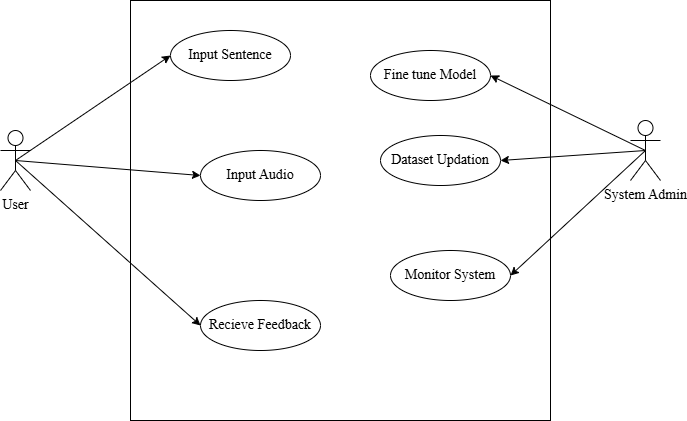
JoshiPrabin/Diagrams keeps this draw.io diagram as .AMDUseCaseDiagram.png. Above is the earlier version. Source tidied: cells renumbered, new cells last; positions are measured from the earlier drawing's top-left corner, leaving out a move shared by most shapes.
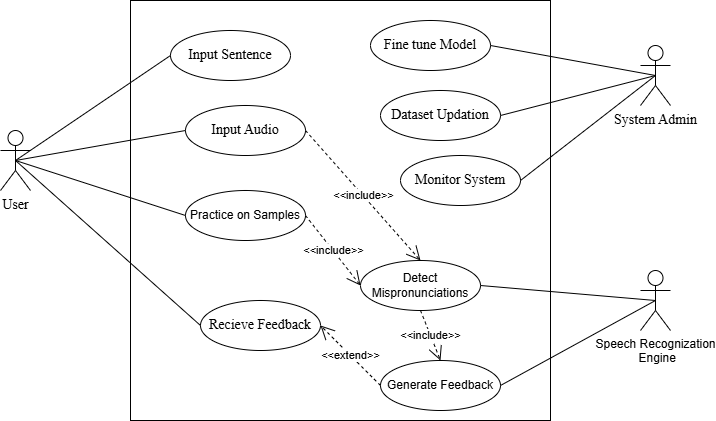
The same diagram one commit later.

The edit, as a diff of the source:
```diff
@@ -9,43 +9,76 @@
       <mxGeometry y="130" width="30" height="60" as="geometry" />
     </mxCell>
     <mxCell id="4" value="&lt;font face=&quot;Times New Roman&quot; style=&quot;font-size: 14px;&quot;&gt;System Admin&lt;/font&gt;" style="shape=umlActor;verticalLabelPosition=bottom;verticalAlign=top;html=1;outlineConnect=0;" parent="1" vertex="1">
-      <mxGeometry x="630" y="120" width="30" height="60" as="geometry" />
+      <mxGeometry x="640" y="45" width="30" height="60" as="geometry" />
     </mxCell>
     <mxCell id="5" value="&lt;font style=&quot;font-size: 14px;&quot; face=&quot;Times New Roman&quot;&gt;Input Sentence&lt;/font&gt;" style="ellipse;whiteSpace=wrap;html=1;" parent="1" vertex="1">
       <mxGeometry x="170" y="30" width="120" height="50" as="geometry" />
     </mxCell>
     <mxCell id="6" value="&lt;font face=&quot;Times New Roman&quot;&gt;&lt;span style=&quot;font-size: 14px;&quot;&gt;Input Audio&lt;/span&gt;&lt;/font&gt;" style="ellipse;whiteSpace=wrap;html=1;" parent="1" vertex="1">
-      <mxGeometry x="200" y="150" width="120" height="50" as="geometry" />
+      <mxGeometry x="185" y="105" width="120" height="50" as="geometry" />
     </mxCell>
     <mxCell id="7" value="&lt;font style=&quot;font-size: 14px;&quot; face=&quot;Times New Roman&quot;&gt;Fine tune Model&lt;/font&gt;" style="ellipse;whiteSpace=wrap;html=1;" parent="1" vertex="1">
-      <mxGeometry x="370" y="50" width="120" height="50" as="geometry" />
+      <mxGeometry x="370" y="20" width="120" height="50" as="geometry" />
     </mxCell>
     <mxCell id="8" value="&lt;font face=&quot;Times New Roman&quot;&gt;&lt;span style=&quot;font-size: 14px;&quot;&gt;Dataset Updation&lt;/span&gt;&lt;/font&gt;" style="ellipse;whiteSpace=wrap;html=1;" parent="1" vertex="1">
-      <mxGeometry x="380" y="135" width="120" height="50" as="geometry" />
+      <mxGeometry x="380" y="90" width="120" height="50" as="geometry" />
     </mxCell>
     <mxCell id="9" value="&lt;font face=&quot;Times New Roman&quot;&gt;&lt;span style=&quot;font-size: 14px;&quot;&gt;Monitor System&lt;/span&gt;&lt;/font&gt;" style="ellipse;whiteSpace=wrap;html=1;" parent="1" vertex="1">
-      <mxGeometry x="390" y="250" width="120" height="50" as="geometry" />
+      <mxGeometry x="400" y="155" width="120" height="50" as="geometry" />
     </mxCell>
     <mxCell id="10" value="&lt;font face=&quot;Times New Roman&quot;&gt;&lt;span style=&quot;font-size: 14px;&quot;&gt;Recieve&amp;nbsp;&lt;/span&gt;&lt;/font&gt;&lt;span style=&quot;font-size: 14px; font-family: &amp;quot;Times New Roman&amp;quot;; background-color: transparent; color: light-dark(rgb(0, 0, 0), rgb(255, 255, 255));&quot;&gt;Feedback&lt;/span&gt;" style="ellipse;whiteSpace=wrap;html=1;" parent="1" vertex="1">
       <mxGeometry x="200" y="300" width="120" height="50" as="geometry" />
     </mxCell>
-    <mxCell id="11" style="endArrow=classic;html=1;rounded=0;exitX=0.5;exitY=0.5;exitDx=0;exitDy=0;exitPerimeter=0;entryX=0;entryY=0.5;entryDx=0;entryDy=0;" parent="1" edge="1" source="3" target="5">
+    <mxCell id="11" style="endArrow=none;html=1;rounded=0;exitX=0.5;exitY=0.5;exitDx=0;exitDy=0;exitPerimeter=0;entryX=0;entryY=0.5;entryDx=0;entryDy=0;" parent="1" edge="1" source="3" target="5">
       <mxGeometry relative="1" as="geometry" />
     </mxCell>
-    <mxCell id="12" style="endArrow=classic;html=1;rounded=0;exitX=0.5;exitY=0.5;exitDx=0;exitDy=0;exitPerimeter=0;entryX=0;entryY=0.5;entryDx=0;entryDy=0;" parent="1" edge="1" source="3" target="6">
+    <mxCell id="12" style="endArrow=none;html=1;rounded=0;entryX=0;entryY=0.5;entryDx=0;entryDy=0;exitX=0.5;exitY=0.5;exitDx=0;exitDy=0;exitPerimeter=0;" parent="1" edge="1" source="3" target="6">
       <mxGeometry relative="1" as="geometry" />
     </mxCell>
-    <mxCell id="13" style="endArrow=classic;html=1;rounded=0;entryX=0;entryY=0.5;entryDx=0;entryDy=0;exitX=0.5;exitY=0.5;exitDx=0;exitDy=0;exitPerimeter=0;" parent="1" edge="1" source="3" target="10">
+    <mxCell id="13" style="endArrow=none;html=1;rounded=0;entryX=0;entryY=0.5;entryDx=0;entryDy=0;exitX=0.5;exitY=0.5;exitDx=0;exitDy=0;exitPerimeter=0;" parent="1" edge="1" source="3" target="10">
       <mxGeometry relative="1" as="geometry" />
     </mxCell>
-    <mxCell id="14" style="endArrow=classic;html=1;rounded=0;exitX=0.5;exitY=0.5;exitDx=0;exitDy=0;exitPerimeter=0;entryX=1;entryY=0.5;entryDx=0;entryDy=0;" parent="1" edge="1" source="4" target="7">
-      <mxGeometry relative="1" as="geometry" />
-    </mxCell>
-    <mxCell id="15" style="endArrow=classic;html=1;rounded=0;entryX=1;entryY=0.5;entryDx=0;entryDy=0;exitX=0.5;exitY=0.5;exitDx=0;exitDy=0;exitPerimeter=0;" parent="1" edge="1" source="4" target="8">
-      <mxGeometry relative="1" as="geometry" />
-    </mxCell>
-    <mxCell id="16" style="endArrow=classic;html=1;rounded=0;entryX=1;entryY=0.5;entryDx=0;entryDy=0;exitX=0.5;exitY=0.5;exitDx=0;exitDy=0;exitPerimeter=0;" parent="1" edge="1" source="4" target="9">
-      <mxGeometry relative="1" as="geometry" />
-    </mxCell>
+    <mxCell id="17" style="endArrow=none;html=1;rounded=0;entryX=0.5;entryY=0.5;entryDx=0;entryDy=0;entryPerimeter=0;exitX=1;exitY=0.5;exitDx=0;exitDy=0;" parent="1" edge="1" source="7" target="4">
+      <mxGeometry relative="1" as="geometry" />
+    </mxCell>
+    <mxCell id="18" style="endArrow=none;html=1;rounded=0;entryX=0.5;entryY=0.5;entryDx=0;entryDy=0;entryPerimeter=0;exitX=1;exitY=0.5;exitDx=0;exitDy=0;" parent="1" edge="1" source="8" target="4">
+      <mxGeometry relative="1" as="geometry" />
+    </mxCell>
+    <mxCell id="19" style="endArrow=none;html=1;rounded=0;entryX=0.5;entryY=0.5;entryDx=0;entryDy=0;entryPerimeter=0;exitX=1;exitY=0.5;exitDx=0;exitDy=0;" parent="1" edge="1" source="9" target="4">
+      <mxGeometry relative="1" as="geometry" />
+    </mxCell>
+    <mxCell id="20" value="Speech Recognization&lt;div&gt;&amp;nbsp;Engine&lt;/div&gt;" style="shape=umlActor;verticalLabelPosition=bottom;verticalAlign=top;html=1;outlineConnect=0;" parent="1" vertex="1">
+      <mxGeometry x="640" y="270" width="30" height="60" as="geometry" />
+    </mxCell>
+    <mxCell id="21" value="Practice on Samples" style="ellipse;whiteSpace=wrap;html=1;" parent="1" vertex="1">
+      <mxGeometry x="185" y="190" width="120" height="50" as="geometry" />
+    </mxCell>
+    <mxCell id="22" style="endArrow=none;html=1;rounded=0;exitX=0.5;exitY=0.5;exitDx=0;exitDy=0;exitPerimeter=0;entryX=0;entryY=0.5;entryDx=0;entryDy=0;" parent="1" edge="1" source="3" target="21">
+      <mxGeometry relative="1" as="geometry" />
+    </mxCell>
+    <mxCell id="23" value="Detect Mispronunciations" style="ellipse;whiteSpace=wrap;html=1;" parent="1" vertex="1">
+      <mxGeometry x="360" y="260" width="120" height="50" as="geometry" />
+    </mxCell>
+    <mxCell id="24" style="endArrow=none;html=1;rounded=0;entryX=0.5;entryY=0.5;entryDx=0;entryDy=0;entryPerimeter=0;exitX=1;exitY=0.5;exitDx=0;exitDy=0;" parent="1" edge="1" source="23" target="20">
+      <mxGeometry relative="1" as="geometry" />
+    </mxCell>
+    <mxCell id="25" value="&amp;lt;&amp;lt;include&amp;gt;&amp;gt;" style="endArrow=open;endSize=12;dashed=1;html=1;rounded=0;entryX=0.5;entryY=0;entryDx=0;entryDy=0;exitX=1;exitY=0.5;exitDx=0;exitDy=0;" parent="1" edge="1" source="6" target="23">
+      <mxGeometry relative="1" as="geometry" />
+    </mxCell>
+    <mxCell id="26" value="&amp;lt;&amp;lt;include&amp;gt;&amp;gt;" style="endArrow=open;endSize=12;dashed=1;html=1;rounded=0;exitX=1;exitY=0.5;exitDx=0;exitDy=0;entryX=0;entryY=0.5;entryDx=0;entryDy=0;" parent="1" edge="1" source="21" target="23">
+      <mxGeometry relative="1" as="geometry" />
+    </mxCell>
+    <mxCell id="27" value="Generate Feedback" style="ellipse;whiteSpace=wrap;html=1;" parent="1" vertex="1">
+      <mxGeometry x="380" y="360" width="120" height="50" as="geometry" />
+    </mxCell>
+    <mxCell id="28" style="endArrow=none;html=1;rounded=0;entryX=0.5;entryY=0.5;entryDx=0;entryDy=0;entryPerimeter=0;exitX=1;exitY=0.5;exitDx=0;exitDy=0;" parent="1" edge="1" source="27" target="20">
+      <mxGeometry relative="1" as="geometry" />
+    </mxCell>
+    <mxCell id="29" value="&amp;lt;&amp;lt;include&lt;span style=&quot;background-color: light-dark(#ffffff, var(--ge-dark-color, #121212)); color: light-dark(rgb(0, 0, 0), rgb(255, 255, 255));&quot;&gt;&amp;gt;&amp;gt;&lt;/span&gt;" style="endArrow=open;endSize=12;dashed=1;html=1;rounded=0;entryX=0.5;entryY=0;entryDx=0;entryDy=0;exitX=0.5;exitY=1;exitDx=0;exitDy=0;" parent="1" edge="1" source="23" target="27">
+      <mxGeometry relative="1" as="geometry" />
+    </mxCell>
+    <mxCell id="30" value="&amp;lt;&amp;lt;extend&amp;gt;&amp;gt;" style="endArrow=open;endSize=12;dashed=1;html=1;rounded=0;entryX=1;entryY=0.5;entryDx=0;entryDy=0;exitX=0;exitY=0.5;exitDx=0;exitDy=0;" parent="1" edge="1" source="27" target="10">
+      <mxGeometry relative="1" as="geometry" />
+    </mxCell>
   </root>
 </mxGraphModel>
```
